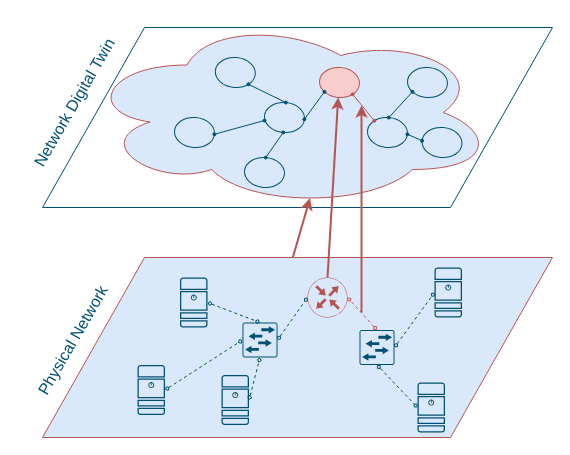
The draw.io diagram page "digital-mapping-IETF" (6 of 13) of resources/images/data-integration-ngsi-ld.drawio in giros-dit/yang-to-ngsi-ld, before the edit. Source tidied: cells renumbered, new cells numbered last; positions are measured from the earlier drawing's top-left corner, leaving out a move shared by most shapes. Both pictures are drawn from the tidied source at 100%, with x=0, y=0 at pixel (-13, 17).
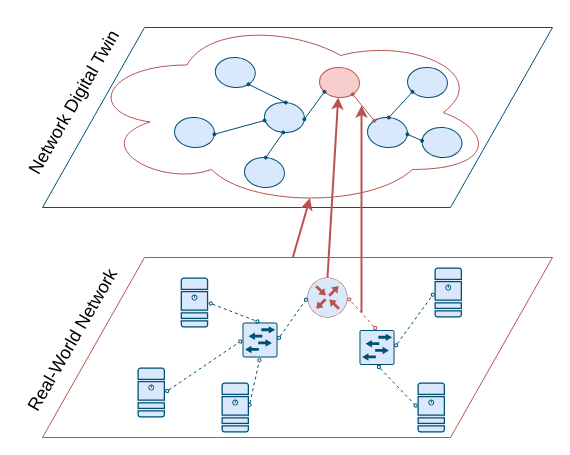
The same page after the edit.

Unchanged cells that the change refers to:
```xml
<mxCell id="23" style="sketch=0;points=[[0.015,0.015,0],[0.985,0.015,0],[0.985,0.985,0],[0.015,0.985,0],[0.25,0,0],[0.5,0,0],[0.75,0,0],[1,0.25,0],[1,0.5,0],[1,0.75,0],[0.75,1,0],[0.5,1,0],[0.25,1,0],[0,0.75,0],[0,0.5,0],[0,0.25,0]];verticalLabelPosition=bottom;html=1;verticalAlign=top;align=center;shape=mxgraph.cisco19.rect;prIcon=l2_switch;fillColor=#DAE8FC;strokeColor=#005073;" parent="1" vertex="1">
  <mxGeometry x="255" y="305" width="35" height="35" as="geometry" />
</mxCell>
<mxCell id="24" style="sketch=0;points=[[0.015,0.015,0],[0.985,0.015,0],[0.985,0.985,0],[0.015,0.985,0],[0.25,0,0],[0.5,0,0],[0.75,0,0],[1,0.25,0],[1,0.5,0],[1,0.75,0],[0.75,1,0],[0.5,1,0],[0.25,1,0],[0,0.75,0],[0,0.5,0],[0,0.25,0]];verticalLabelPosition=bottom;html=1;verticalAlign=top;align=center;shape=mxgraph.cisco19.rect;prIcon=l2_switch;fillColor=#DAE8FC;strokeColor=#005073;" parent="1" vertex="1">
  <mxGeometry x="372" y="312.5" width="35" height="35" as="geometry" />
</mxCell>
```

Change to the diagram source:
```diff
@@
-    <mxCell id="2" style="shape=parallelogram;perimeter=parallelogramPerimeter;whiteSpace=wrap;html=1;fixedSize=1;size=102;strokeColor=#005073;" parent="1" vertex="1">
+    <mxCell id="2" style="shape=parallelogram;perimeter=parallelogramPerimeter;whiteSpace=wrap;html=1;fixedSize=1;size=102;strokeColor=#005073;fontColor=#000000;" parent="1" vertex="1">
       <mxGeometry x="55" y="10" width="510" height="180" as="geometry" />
     </mxCell>
-    <mxCell id="3" style="ellipse;shape=cloud;whiteSpace=wrap;html=1;strokeColor=#B85450;fillColor=#dae8fc;" parent="1" vertex="1">
+    <mxCell id="3" style="ellipse;shape=cloud;whiteSpace=wrap;html=1;fillColor=#FFFFFF;strokeColor=#b85450;" parent="1" vertex="1">
       <mxGeometry x="97" width="410" height="190" as="geometry" />
     </mxCell>
-    <mxCell id="4" style="ellipse;whiteSpace=wrap;html=1;rotation=5;fillColor=none;strokeColor=#005073;" parent="1" vertex="1">
+    <mxCell id="4" style="ellipse;whiteSpace=wrap;html=1;rotation=5;fillColor=#dae8fc;strokeColor=#005073;" parent="1" vertex="1">
       <mxGeometry x="187" y="100" width="40" height="30" as="geometry" />
     </mxCell>
-    <mxCell id="5" style="ellipse;whiteSpace=wrap;html=1;rotation=5;fillColor=none;strokeColor=#005073;" parent="1" vertex="1">
+    <mxCell id="5" style="ellipse;whiteSpace=wrap;html=1;rotation=5;fillColor=#dae8fc;strokeColor=#005073;" parent="1" vertex="1">
       <mxGeometry x="227.8" y="40" width="40" height="30" as="geometry" />
     </mxCell>
-    <mxCell id="6" style="ellipse;whiteSpace=wrap;html=1;rotation=5;fillColor=none;strokeColor=#005073;" parent="1" vertex="1">
+    <mxCell id="6" style="ellipse;whiteSpace=wrap;html=1;rotation=5;fillColor=#dae8fc;strokeColor=#005073;" parent="1" vertex="1">
       <mxGeometry x="277" y="85" width="40" height="30" as="geometry" />
     </mxCell>
@@
-    <mxCell id="8" style="ellipse;whiteSpace=wrap;html=1;rotation=5;fillColor=none;strokeColor=#005073;" parent="1" vertex="1">
+    <mxCell id="8" style="ellipse;whiteSpace=wrap;html=1;rotation=5;fillColor=#dae8fc;strokeColor=#005073;" parent="1" vertex="1">
       <mxGeometry x="380" y="100" width="40" height="30" as="geometry" />
     </mxCell>
-    <mxCell id="9" style="ellipse;whiteSpace=wrap;html=1;rotation=5;fillColor=none;strokeColor=#005073;" parent="1" vertex="1">
+    <mxCell id="9" style="ellipse;whiteSpace=wrap;html=1;rotation=5;fillColor=#dae8fc;strokeColor=#005073;" parent="1" vertex="1">
       <mxGeometry x="257" y="140" width="40" height="30" as="geometry" />
     </mxCell>
-    <mxCell id="10" style="ellipse;whiteSpace=wrap;html=1;rotation=5;fillColor=none;strokeColor=#005073;" parent="1" vertex="1">
+    <mxCell id="10" style="ellipse;whiteSpace=wrap;html=1;rotation=5;fillColor=#dae8fc;strokeColor=#005073;" parent="1" vertex="1">
       <mxGeometry x="420" y="50" width="40" height="30" as="geometry" />
     </mxCell>
@@
-    <mxCell id="17" value="&lt;font style=&quot;font-size: 16px;&quot;&gt;Network Digital Twin&lt;/font&gt;" style="text;html=1;align=center;verticalAlign=middle;whiteSpace=wrap;rounded=0;rotation=300;fontColor=#005073;" parent="1" vertex="1">
+    <mxCell id="17" value="&lt;font color=&quot;#000000&quot; style=&quot;font-size: 18px;&quot;&gt;Network Digital Twin&lt;/font&gt;" style="text;html=1;align=center;verticalAlign=middle;whiteSpace=wrap;rounded=0;rotation=300;fontColor=#005073;" parent="1" vertex="1">
       <mxGeometry x="2" y="70" width="170" height="30" as="geometry" />
     </mxCell>
-    <mxCell id="18" style="shape=parallelogram;perimeter=parallelogramPerimeter;whiteSpace=wrap;html=1;fixedSize=1;size=102;strokeColor=#B85450;fillColor=#dae8fc;" parent="1" vertex="1">
+    <mxCell id="18" style="shape=parallelogram;perimeter=parallelogramPerimeter;whiteSpace=wrap;html=1;fixedSize=1;size=102;fillColor=#FFFFFF;strokeColor=#b85450;" parent="1" vertex="1">
       <mxGeometry x="55" y="240" width="510" height="180" as="geometry" />
     </mxCell>
-    <mxCell id="19" value="&lt;font style=&quot;font-size: 16px;&quot;&gt;Physical Network&lt;/font&gt;" style="text;html=1;align=center;verticalAlign=middle;whiteSpace=wrap;rounded=0;rotation=300;fontColor=#005073;" parent="1" vertex="1">
+    <mxCell id="19" value="&lt;font color=&quot;#000000&quot; style=&quot;font-size: 18px;&quot;&gt;Real-World Network&lt;/font&gt;" style="text;html=1;align=center;verticalAlign=middle;whiteSpace=wrap;rounded=0;rotation=300;fontColor=#005073;" parent="1" vertex="1">
       <mxGeometry y="307.5" width="170" height="30" as="geometry" />
     </mxCell>
-    <mxCell id="20" style="ellipse;whiteSpace=wrap;html=1;rotation=5;fillColor=none;strokeColor=#005073;" parent="1" vertex="1">
+    <mxCell id="20" style="ellipse;whiteSpace=wrap;html=1;rotation=5;fillColor=#dae8fc;strokeColor=#005073;" parent="1" vertex="1">
       <mxGeometry x="434.5" y="110" width="40" height="30" as="geometry" />
     </mxCell>
@@
-    <mxCell id="25" style="sketch=0;points=[[0.015,0.015,0],[0.985,0.015,0],[0.985,0.985,0],[0.015,0.985,0],[0.25,0,0],[0.5,0,0],[0.75,0,0],[1,0.25,0],[1,0.5,0],[1,0.75,0],[0.75,1,0],[0.5,1,0],[0.25,1,0],[0,0.75,0],[0,0.5,0],[0,0.25,0]];verticalLabelPosition=bottom;html=1;verticalAlign=top;align=center;shape=mxgraph.cisco19.server;fillColor=#005073;strokeColor=none;" parent="1" vertex="1">
-      <mxGeometry x="150" y="347.5" width="27.5" height="50" as="geometry" />
-    </mxCell>
-    <mxCell id="26" style="sketch=0;points=[[0.015,0.015,0],[0.985,0.015,0],[0.985,0.985,0],[0.015,0.985,0],[0.25,0,0],[0.5,0,0],[0.75,0,0],[1,0.25,0],[1,0.5,0],[1,0.75,0],[0.75,1,0],[0.5,1,0],[0.25,1,0],[0,0.75,0],[0,0.5,0],[0,0.25,0]];verticalLabelPosition=bottom;html=1;verticalAlign=top;align=center;shape=mxgraph.cisco19.server;fillColor=#005073;strokeColor=none;" parent="1" vertex="1">
-      <mxGeometry x="192.5" y="260" width="27.5" height="50" as="geometry" />
-    </mxCell>
-    <mxCell id="27" style="sketch=0;points=[[0.015,0.015,0],[0.985,0.015,0],[0.985,0.985,0],[0.015,0.985,0],[0.25,0,0],[0.5,0,0],[0.75,0,0],[1,0.25,0],[1,0.5,0],[1,0.75,0],[0.75,1,0],[0.5,1,0],[0.25,1,0],[0,0.75,0],[0,0.5,0],[0,0.25,0]];verticalLabelPosition=bottom;html=1;verticalAlign=top;align=center;shape=mxgraph.cisco19.server;fillColor=#005073;strokeColor=none;" parent="1" vertex="1">
-      <mxGeometry x="234" y="357.5" width="27.5" height="50" as="geometry" />
-    </mxCell>
-    <mxCell id="28" style="sketch=0;points=[[0.015,0.015,0],[0.985,0.015,0],[0.985,0.985,0],[0.015,0.985,0],[0.25,0,0],[0.5,0,0],[0.75,0,0],[1,0.25,0],[1,0.5,0],[1,0.75,0],[0.75,1,0],[0.5,1,0],[0.25,1,0],[0,0.75,0],[0,0.5,0],[0,0.25,0]];verticalLabelPosition=bottom;html=1;verticalAlign=top;align=center;shape=mxgraph.cisco19.server;fillColor=#005073;strokeColor=none;" parent="1" vertex="1">
-      <mxGeometry x="447" y="250" width="27.5" height="50" as="geometry" />
-    </mxCell>
-    <mxCell id="29" style="sketch=0;points=[[0.015,0.015,0],[0.985,0.015,0],[0.985,0.985,0],[0.015,0.985,0],[0.25,0,0],[0.5,0,0],[0.75,0,0],[1,0.25,0],[1,0.5,0],[1,0.75,0],[0.75,1,0],[0.5,1,0],[0.25,1,0],[0,0.75,0],[0,0.5,0],[0,0.25,0]];verticalLabelPosition=bottom;html=1;verticalAlign=top;align=center;shape=mxgraph.cisco19.server;fillColor=#005073;strokeColor=none;" parent="1" vertex="1">
-      <mxGeometry x="430" y="365" width="27.5" height="50" as="geometry" />
-    </mxCell>
-    <mxCell id="30" style="endArrow=diamond;dashed=1;html=1;rounded=0;exitX=1;exitY=0.5;exitDx=0;exitDy=0;exitPerimeter=0;entryX=0;entryY=0.5;entryDx=0;entryDy=0;entryPerimeter=0;endSize=3;startSize=3;startArrow=diamond;startFill=0;endFill=0;strokeColor=#005073;" parent="1" edge="1" source="25" target="23">
-      <mxGeometry relative="1" as="geometry" />
-    </mxCell>
-    <mxCell id="31" style="endArrow=diamond;dashed=1;html=1;rounded=0;exitX=1;exitY=0.5;exitDx=0;exitDy=0;exitPerimeter=0;entryX=0.5;entryY=0;entryDx=0;entryDy=0;entryPerimeter=0;endSize=3;startSize=3;startArrow=diamond;startFill=0;endFill=0;strokeColor=#005073;" parent="1" edge="1" source="26" target="23">
+    <mxCell id="31" style="endArrow=diamond;dashed=1;html=1;rounded=0;exitX=1;exitY=0.5;exitDx=0;exitDy=0;exitPerimeter=0;entryX=0.5;entryY=0;entryDx=0;entryDy=0;entryPerimeter=0;endSize=3;startSize=3;startArrow=diamond;startFill=0;endFill=0;strokeColor=#005073;" parent="1" edge="1" source="42" target="23">
       <mxGeometry relative="1" as="geometry" />
     </mxCell>
-    <mxCell id="32" style="endArrow=diamond;dashed=1;html=1;rounded=0;exitX=1;exitY=0.5;exitDx=0;exitDy=0;exitPerimeter=0;entryX=0.5;entryY=1;entryDx=0;entryDy=0;entryPerimeter=0;endSize=3;startSize=3;startArrow=diamond;startFill=0;endFill=0;strokeColor=#005073;" parent="1" edge="1" source="27" target="23">
+    <mxCell id="32" style="endArrow=diamond;dashed=1;html=1;rounded=0;exitX=1;exitY=0.5;exitDx=0;exitDy=0;exitPerimeter=0;entryX=0.5;entryY=1;entryDx=0;entryDy=0;entryPerimeter=0;endSize=3;startSize=3;startArrow=diamond;startFill=0;endFill=0;strokeColor=#005073;" parent="1" edge="1" source="48" target="23">
       <mxGeometry relative="1" as="geometry" />
     </mxCell>
@@
-    <mxCell id="35" style="endArrow=diamond;dashed=1;html=1;rounded=0;exitX=1;exitY=0.5;exitDx=0;exitDy=0;exitPerimeter=0;entryX=0;entryY=0.5;entryDx=0;entryDy=0;entryPerimeter=0;endSize=3;startSize=3;startArrow=diamond;startFill=0;endFill=0;fillColor=#f8cecc;strokeColor=#005073;" parent="1" edge="1" source="24" target="28">
+    <mxCell id="35" style="endArrow=diamond;dashed=1;html=1;rounded=0;exitX=1;exitY=0.5;exitDx=0;exitDy=0;exitPerimeter=0;entryX=0;entryY=0.5;entryDx=0;entryDy=0;entryPerimeter=0;endSize=3;startSize=3;startArrow=diamond;startFill=0;endFill=0;fillColor=#f8cecc;strokeColor=#005073;" parent="1" edge="1" source="24" target="54">
       <mxGeometry relative="1" as="geometry" />
     </mxCell>
-    <mxCell id="36" style="endArrow=diamond;dashed=1;html=1;rounded=0;exitX=0.5;exitY=1;exitDx=0;exitDy=0;exitPerimeter=0;entryX=0;entryY=0.5;entryDx=0;entryDy=0;entryPerimeter=0;endSize=3;startSize=3;startArrow=diamond;startFill=0;endFill=0;strokeColor=#005073;" parent="1" edge="1" source="24" target="29">
+    <mxCell id="36" style="endArrow=diamond;dashed=1;html=1;rounded=0;exitX=0.5;exitY=1;exitDx=0;exitDy=0;exitPerimeter=0;entryX=0;entryY=0.5;entryDx=0;entryDy=0;entryPerimeter=0;endSize=3;startSize=3;startArrow=diamond;startFill=0;endFill=0;strokeColor=#005073;" parent="1" edge="1" source="24" target="51">
       <mxGeometry relative="1" as="geometry" />
     </mxCell>
@@
+    <mxCell id="40" style="group;" parent="1" vertex="1">
+      <mxGeometry x="193.2" y="260" width="27.5" height="50" as="geometry" />
+    </mxCell>
+    <mxCell id="41" value="&lt;div&gt;&lt;span style=&quot;background-color: initial;&quot;&gt;&lt;br&gt;&lt;/span&gt;&lt;/div&gt;" style="rounded=1;whiteSpace=wrap;html=1;labelPosition=center;verticalLabelPosition=top;align=center;verticalAlign=bottom;fontSize=16;fillColor=#dae8fc;strokeColor=none;" parent="40" vertex="1">
+      <mxGeometry width="27.5" height="50" as="geometry" />
+    </mxCell>
+    <mxCell id="42" style="sketch=0;points=[[0.015,0.015,0],[0.985,0.015,0],[0.985,0.985,0],[0.015,0.985,0],[0.25,0,0],[0.5,0,0],[0.75,0,0],[1,0.25,0],[1,0.5,0],[1,0.75,0],[0.75,1,0],[0.5,1,0],[0.25,1,0],[0,0.75,0],[0,0.5,0],[0,0.25,0]];verticalLabelPosition=bottom;html=1;verticalAlign=top;align=center;shape=mxgraph.cisco19.server;fillColor=#005073;strokeColor=#005073e;fixDash=0;comic=0;" parent="40" vertex="1">
+      <mxGeometry width="27.5" height="50" as="geometry" />
+    </mxCell>
+    <mxCell id="43" style="group;" parent="1" vertex="1">
+      <mxGeometry x="150" y="350" width="27.5" height="50" as="geometry" />
+    </mxCell>
+    <mxCell id="44" value="&lt;div&gt;&lt;span style=&quot;background-color: initial;&quot;&gt;&lt;br&gt;&lt;/span&gt;&lt;/div&gt;" style="rounded=1;whiteSpace=wrap;html=1;labelPosition=center;verticalLabelPosition=top;align=center;verticalAlign=bottom;fontSize=16;fillColor=#dae8fc;strokeColor=none;" parent="43" vertex="1">
+      <mxGeometry width="27.5" height="50" as="geometry" />
+    </mxCell>
+    <mxCell id="45" style="sketch=0;points=[[0.015,0.015,0],[0.985,0.015,0],[0.985,0.985,0],[0.015,0.985,0],[0.25,0,0],[0.5,0,0],[0.75,0,0],[1,0.25,0],[1,0.5,0],[1,0.75,0],[0.75,1,0],[0.5,1,0],[0.25,1,0],[0,0.75,0],[0,0.5,0],[0,0.25,0]];verticalLabelPosition=bottom;html=1;verticalAlign=top;align=center;shape=mxgraph.cisco19.server;fillColor=#005073;strokeColor=#005073e;fixDash=0;comic=0;" parent="43" vertex="1">
+      <mxGeometry width="27.5" height="50" as="geometry" />
+    </mxCell>
+    <mxCell id="46" style="group;" parent="1" vertex="1">
+      <mxGeometry x="234" y="365" width="27.5" height="50" as="geometry" />
+    </mxCell>
+    <mxCell id="47" value="&lt;div&gt;&lt;span style=&quot;background-color: initial;&quot;&gt;&lt;br&gt;&lt;/span&gt;&lt;/div&gt;" style="rounded=1;whiteSpace=wrap;html=1;labelPosition=center;verticalLabelPosition=top;align=center;verticalAlign=bottom;fontSize=16;fillColor=#dae8fc;strokeColor=none;" parent="46" vertex="1">
+      <mxGeometry width="27.5" height="50" as="geometry" />
+    </mxCell>
+    <mxCell id="48" style="sketch=0;points=[[0.015,0.015,0],[0.985,0.015,0],[0.985,0.985,0],[0.015,0.985,0],[0.25,0,0],[0.5,0,0],[0.75,0,0],[1,0.25,0],[1,0.5,0],[1,0.75,0],[0.75,1,0],[0.5,1,0],[0.25,1,0],[0,0.75,0],[0,0.5,0],[0,0.25,0]];verticalLabelPosition=bottom;html=1;verticalAlign=top;align=center;shape=mxgraph.cisco19.server;fillColor=#005073;strokeColor=#005073e;fixDash=0;comic=0;" parent="46" vertex="1">
+      <mxGeometry width="27.5" height="50" as="geometry" />
+    </mxCell>
+    <mxCell id="49" style="group;" parent="1" vertex="1">
+      <mxGeometry x="430" y="365" width="27.5" height="50" as="geometry" />
+    </mxCell>
+    <mxCell id="50" value="&lt;div&gt;&lt;span style=&quot;background-color: initial;&quot;&gt;&lt;br&gt;&lt;/span&gt;&lt;/div&gt;" style="rounded=1;whiteSpace=wrap;html=1;labelPosition=center;verticalLabelPosition=top;align=center;verticalAlign=bottom;fontSize=16;fillColor=#dae8fc;strokeColor=none;" parent="49" vertex="1">
+      <mxGeometry width="27.5" height="50" as="geometry" />
+    </mxCell>
+    <mxCell id="51" style="sketch=0;points=[[0.015,0.015,0],[0.985,0.015,0],[0.985,0.985,0],[0.015,0.985,0],[0.25,0,0],[0.5,0,0],[0.75,0,0],[1,0.25,0],[1,0.5,0],[1,0.75,0],[0.75,1,0],[0.5,1,0],[0.25,1,0],[0,0.75,0],[0,0.5,0],[0,0.25,0]];verticalLabelPosition=bottom;html=1;verticalAlign=top;align=center;shape=mxgraph.cisco19.server;fillColor=#005073;strokeColor=#005073e;fixDash=0;comic=0;" parent="49" vertex="1">
+      <mxGeometry width="27.5" height="50" as="geometry" />
+    </mxCell>
+    <mxCell id="52" style="group;" parent="1" vertex="1">
+      <mxGeometry x="447" y="250" width="27.5" height="50" as="geometry" />
+    </mxCell>
+    <mxCell id="53" value="&lt;div&gt;&lt;span style=&quot;background-color: initial;&quot;&gt;&lt;br&gt;&lt;/span&gt;&lt;/div&gt;" style="rounded=1;whiteSpace=wrap;html=1;labelPosition=center;verticalLabelPosition=top;align=center;verticalAlign=bottom;fontSize=16;fillColor=#dae8fc;strokeColor=none;" parent="52" vertex="1">
+      <mxGeometry width="27.5" height="50" as="geometry" />
+    </mxCell>
+    <mxCell id="54" style="sketch=0;points=[[0.015,0.015,0],[0.985,0.015,0],[0.985,0.985,0],[0.015,0.985,0],[0.25,0,0],[0.5,0,0],[0.75,0,0],[1,0.25,0],[1,0.5,0],[1,0.75,0],[0.75,1,0],[0.5,1,0],[0.25,1,0],[0,0.75,0],[0,0.5,0],[0,0.25,0]];verticalLabelPosition=bottom;html=1;verticalAlign=top;align=center;shape=mxgraph.cisco19.server;fillColor=#005073;strokeColor=#005073e;fixDash=0;comic=0;" parent="52" vertex="1">
+      <mxGeometry width="27.5" height="50" as="geometry" />
+    </mxCell>
+    <mxCell id="30" style="endArrow=diamond;dashed=1;html=1;rounded=0;exitX=1;exitY=0.5;exitDx=0;exitDy=0;exitPerimeter=0;entryX=0;entryY=0.5;entryDx=0;entryDy=0;entryPerimeter=0;endSize=3;startSize=3;startArrow=diamond;startFill=0;endFill=0;strokeColor=#005073;" parent="1" edge="1" source="45" target="23">
+      <mxGeometry relative="1" as="geometry" />
+    </mxCell>
```
